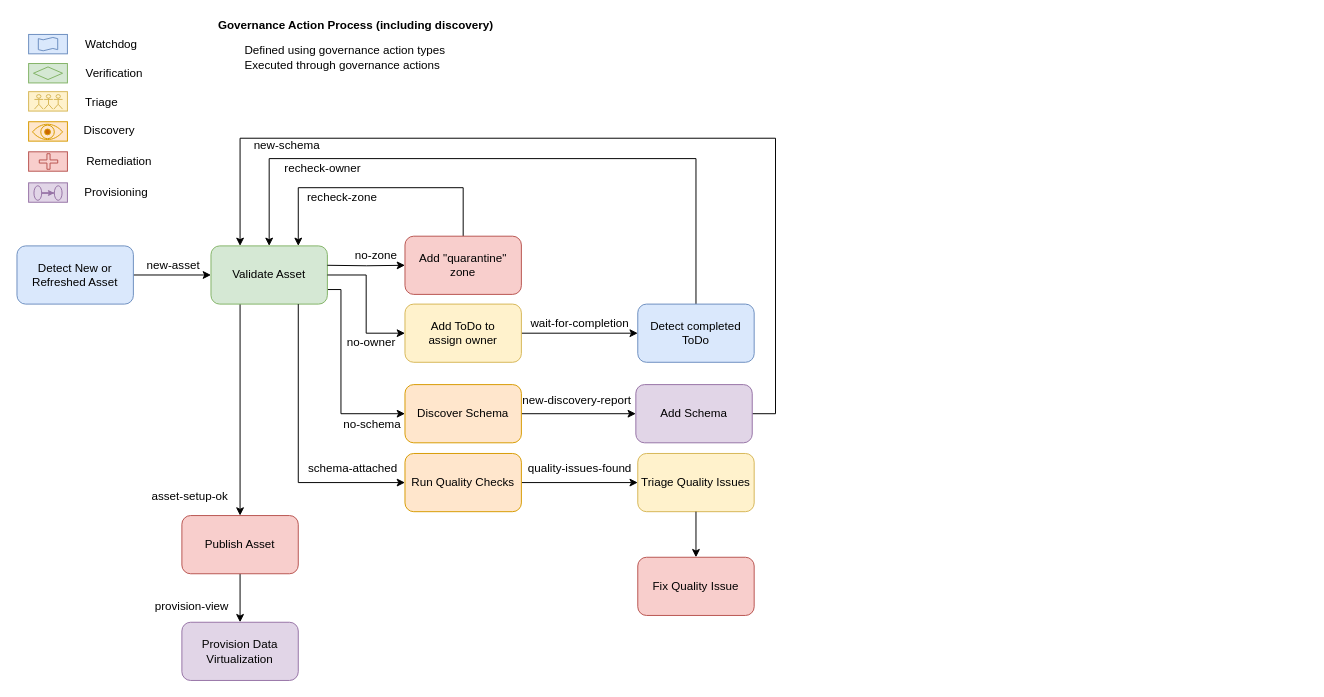
Earlier version of the draw.io diagram page "governance-action-processes" (5 of 6) of open-metadata-implementation/frameworks/governance-action-framework/docs/governance-action-framework.drawio (odpi/egeria). Source tidied: cells renumbered, new cells numbered last; positions are measured from the earlier drawing's top-left corner, leaving out a move shared by most shapes. Both pictures are drawn from the tidied source at 97%, with x=0, y=0 at pixel (16, 16).
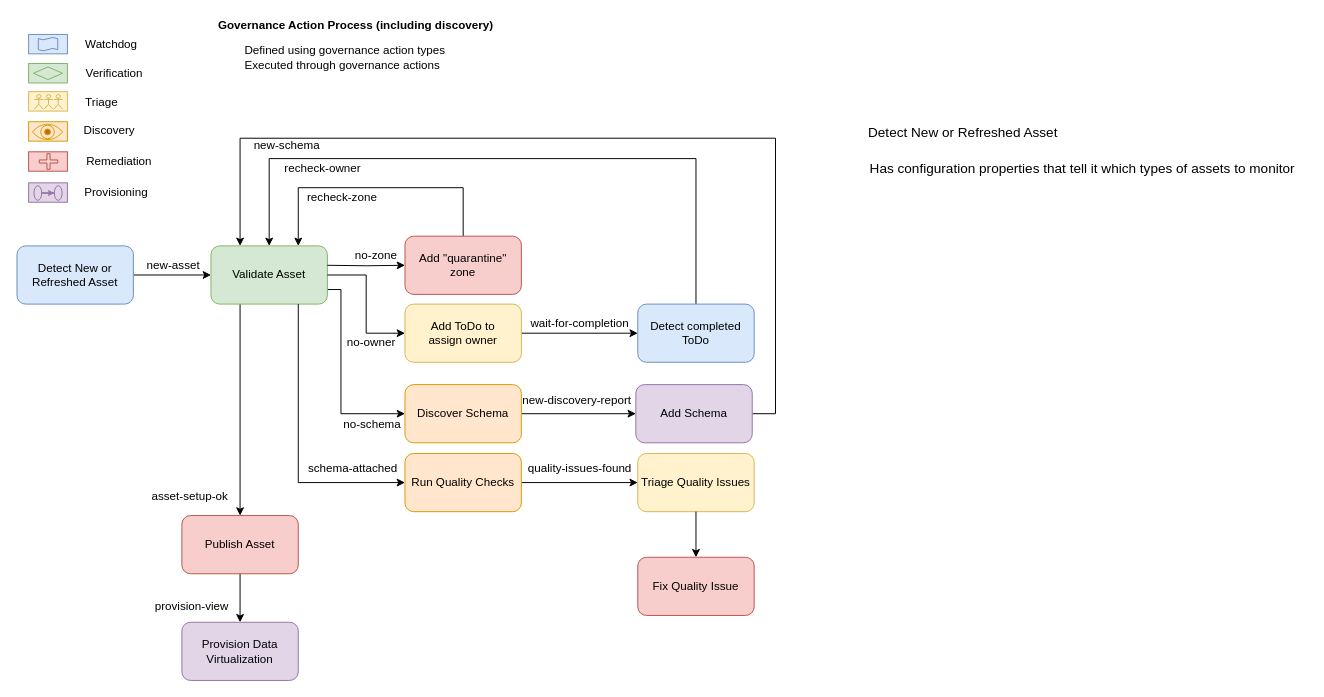
Above is the later version.

Diff of the diagram source:
```diff
@@
+    <mxCell id="68" value="Detect New or Refreshed Asset" style="text;html=1;align=center;verticalAlign=middle;fontSize=14;" parent="1" vertex="1">
+      <mxGeometry x="870" y="109" width="210" height="20" as="geometry" />
+    </mxCell>
+    <mxCell id="69" value="Has configuration properties that tell it which types of assets to monitor&amp;nbsp;" style="text;html=1;align=center;verticalAlign=middle;fontSize=14;" parent="1" vertex="1">
+      <mxGeometry x="870" y="146" width="460" height="20" as="geometry" />
+    </mxCell>
```
